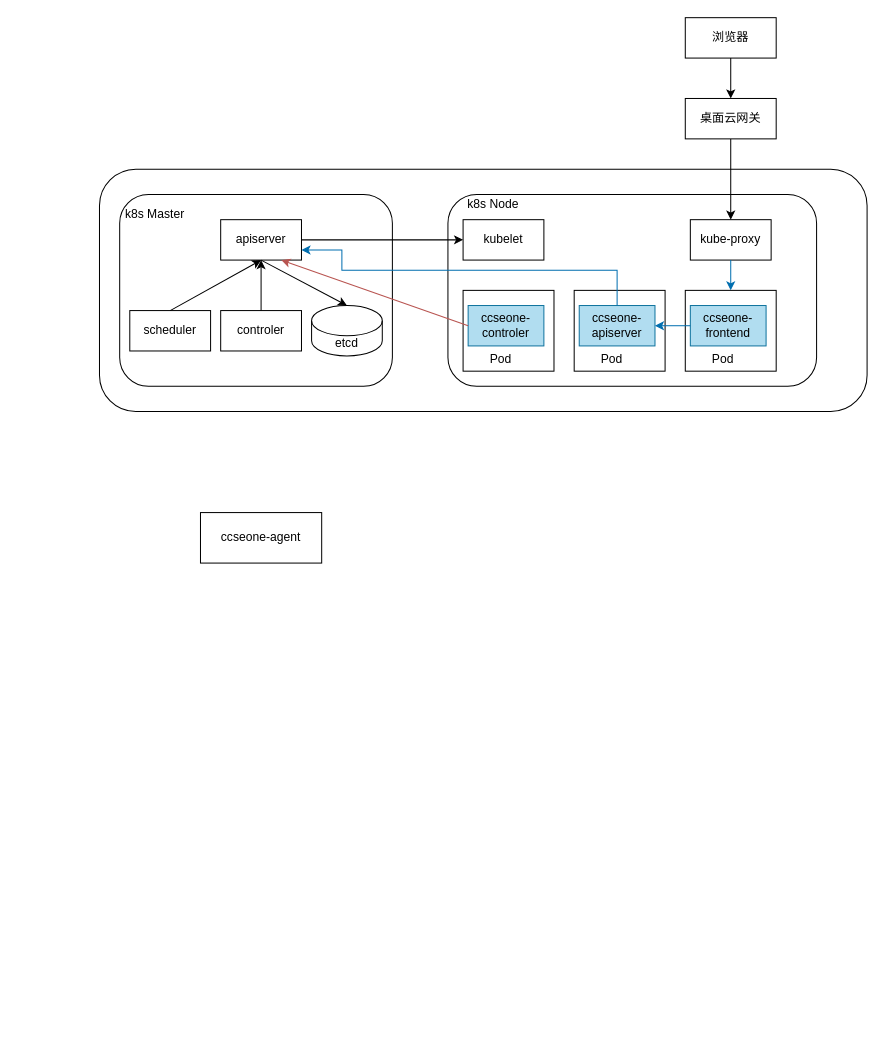
The draw.io diagram drawio/ccseone-sprint3.drawio in Tiny-VS-Lina/ccse, before the edit. Source tidied: cells renumbered, new cells numbered last; positions are measured from the earlier drawing's top-left corner, leaving out a move shared by most shapes. Both pictures are drawn from the tidied source at 101%, with x=0, y=0 at pixel (99, 17).
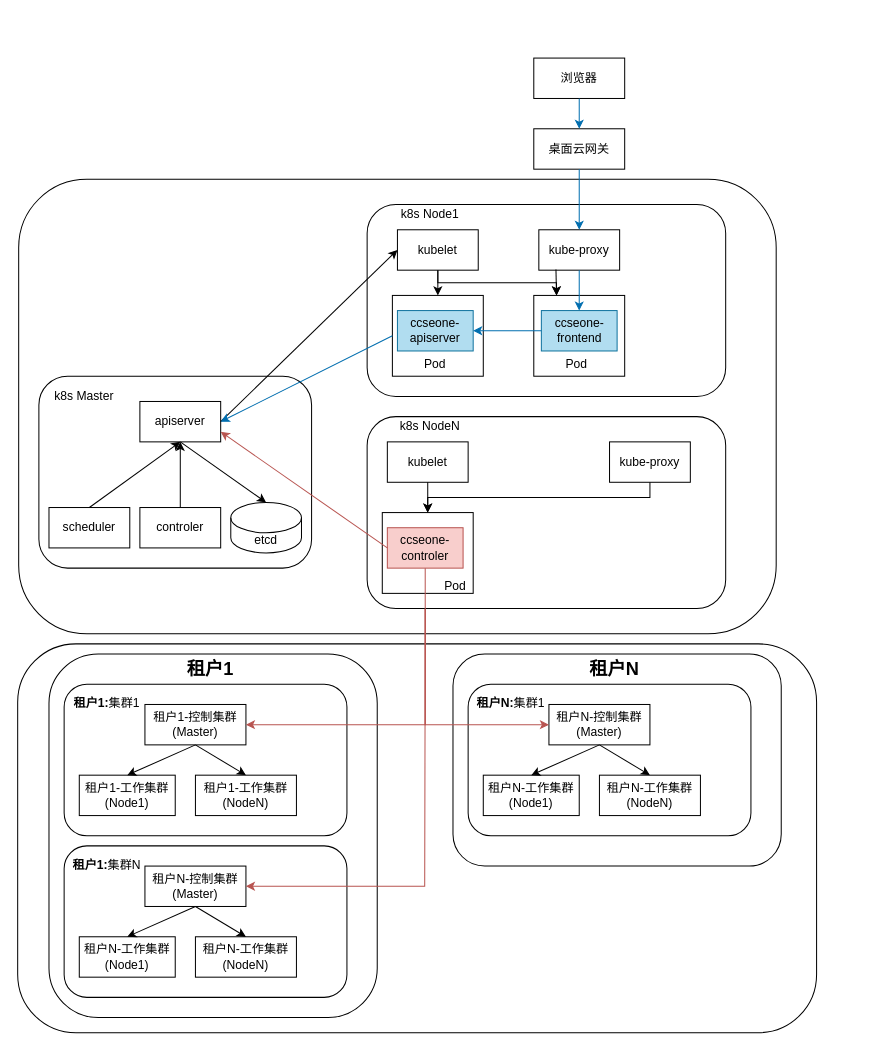
After the change.

Diff of the diagram source:
```diff
@@
-    <mxCell id="2" style="rounded=1;whiteSpace=wrap;html=1;" parent="1" vertex="1">
-      <mxGeometry y="150" width="760" height="240" as="geometry" />
-    </mxCell>
-    <mxCell id="3" style="rounded=1;whiteSpace=wrap;html=1;" parent="1" vertex="1">
-      <mxGeometry x="20" y="175" width="270" height="190" as="geometry" />
-    </mxCell>
-    <mxCell id="4" value="etcd" style="shape=cylinder3;whiteSpace=wrap;html=1;boundedLbl=1;backgroundOutline=1;size=15;" parent="1" vertex="1">
-      <mxGeometry x="210" y="285" width="70" height="50" as="geometry" />
-    </mxCell>
-    <mxCell id="5" value="apiserver" style="rounded=0;whiteSpace=wrap;html=1;" parent="1" vertex="1">
-      <mxGeometry x="120" y="200" width="80" height="40" as="geometry" />
-    </mxCell>
-    <mxCell id="6" value="scheduler" style="rounded=0;whiteSpace=wrap;html=1;" parent="1" vertex="1">
-      <mxGeometry x="30" y="290" width="80" height="40" as="geometry" />
-    </mxCell>
-    <mxCell id="7" value="controler" style="rounded=0;whiteSpace=wrap;html=1;" parent="1" vertex="1">
-      <mxGeometry x="120" y="290" width="80" height="40" as="geometry" />
-    </mxCell>
-    <mxCell id="8" value="k8s Master" style="text;html=1;strokeColor=none;fillColor=none;align=center;verticalAlign=middle;whiteSpace=wrap;rounded=0;" parent="1" vertex="1">
-      <mxGeometry x="20" y="180" width="70" height="30" as="geometry" />
-    </mxCell>
+    <mxCell id="35" style="rounded=1;whiteSpace=wrap;html=1;" parent="1" vertex="1">
+      <mxGeometry x="-81" y="620" width="791" height="385" as="geometry" />
+    </mxCell>
+    <mxCell id="36" style="rounded=1;whiteSpace=wrap;html=1;" parent="1" vertex="1">
+      <mxGeometry x="-80" y="160" width="750" height="450" as="geometry" />
+    </mxCell>
     <mxCell id="9" style="rounded=1;whiteSpace=wrap;html=1;" parent="1" vertex="1">
-      <mxGeometry x="345" y="175" width="365" height="190" as="geometry" />
+      <mxGeometry x="265" y="185" width="355" height="190" as="geometry" />
     </mxCell>
-    <mxCell id="10" value="k8s Node" style="text;html=1;strokeColor=none;fillColor=none;align=center;verticalAlign=middle;whiteSpace=wrap;rounded=0;" parent="1" vertex="1">
-      <mxGeometry x="360" y="170" width="60" height="30" as="geometry" />
+    <mxCell id="10" value="k8s Node1" style="text;html=1;strokeColor=none;fillColor=none;align=center;verticalAlign=middle;whiteSpace=wrap;rounded=0;" parent="1" vertex="1">
+      <mxGeometry x="285" y="180" width="85" height="30" as="geometry" />
     </mxCell>
-    <mxCell id="11" style="endArrow=classic;html=1;rounded=0;entryX=0.5;entryY=1;entryDx=0;entryDy=0;exitX=0.5;exitY=0;exitDx=0;exitDy=0;" parent="1" edge="1" source="6" target="5">
-      <mxGeometry relative="1" as="geometry" />
-    </mxCell>
-    <mxCell id="12" style="endArrow=classic;html=1;rounded=0;entryX=0.5;entryY=1;entryDx=0;entryDy=0;exitX=0.5;exitY=0;exitDx=0;exitDy=0;" parent="1" edge="1" source="7" target="5">
-      <mxGeometry relative="1" as="geometry" />
-    </mxCell>
-    <mxCell id="13" style="endArrow=classic;html=1;rounded=0;exitX=0.5;exitY=1;exitDx=0;exitDy=0;entryX=0.5;entryY=0;entryDx=0;entryDy=0;entryPerimeter=0;" parent="1" edge="1" source="5" target="4">
-      <mxGeometry relative="1" as="geometry" />
-    </mxCell>
-    <mxCell id="14" value="ccseone-agent" style="rounded=0;whiteSpace=wrap;html=1;" parent="1" vertex="1">
-      <mxGeometry x="100" y="490" width="120" height="50" as="geometry" />
-    </mxCell>
     <mxCell id="15" value="kubelet" style="rounded=0;whiteSpace=wrap;html=1;" parent="1" vertex="1">
-      <mxGeometry x="360" y="200" width="80" height="40" as="geometry" />
+      <mxGeometry x="295" y="210" width="80" height="40" as="geometry" />
     </mxCell>
     <mxCell id="16" value="kube-proxy" style="rounded=0;whiteSpace=wrap;html=1;" parent="1" vertex="1">
-      <mxGeometry x="585" y="200" width="80" height="40" as="geometry" />
+      <mxGeometry x="435" y="210" width="80" height="40" as="geometry" />
     </mxCell>
-    <mxCell id="17" style="rounded=0;whiteSpace=wrap;html=1;" parent="1" vertex="1">
-      <mxGeometry x="360" y="270" width="90" height="80" as="geometry" />
-    </mxCell>
-    <mxCell id="18" value="ccseone-controler" style="rounded=0;whiteSpace=wrap;html=1;fillColor=#b1ddf0;strokeColor=#10739e;" parent="1" vertex="1">
-      <mxGeometry x="365" y="285" width="75" height="40" as="geometry" />
-    </mxCell>
-    <mxCell id="19" value="Pod" style="text;html=1;strokeColor=none;fillColor=none;align=center;verticalAlign=middle;whiteSpace=wrap;rounded=0;" parent="1" vertex="1">
-      <mxGeometry x="365" y="330" width="65" height="15" as="geometry" />
-    </mxCell>
     <mxCell id="20" style="rounded=0;whiteSpace=wrap;html=1;" parent="1" vertex="1">
-      <mxGeometry x="470" y="270" width="90" height="80" as="geometry" />
+      <mxGeometry x="290" y="275" width="90" height="80" as="geometry" />
     </mxCell>
     <mxCell id="21" value="ccseone-apiserver" style="rounded=0;whiteSpace=wrap;html=1;fillColor=#b1ddf0;strokeColor=#10739e;" parent="1" vertex="1">
-      <mxGeometry x="475" y="285" width="75" height="40" as="geometry" />
+      <mxGeometry x="295" y="290" width="75" height="40" as="geometry" />
     </mxCell>
     <mxCell id="22" value="Pod" style="text;html=1;strokeColor=none;fillColor=none;align=center;verticalAlign=middle;whiteSpace=wrap;rounded=0;" parent="1" vertex="1">
-      <mxGeometry x="475" y="330" width="65" height="15" as="geometry" />
+      <mxGeometry x="300" y="335" width="65" height="15" as="geometry" />
     </mxCell>
     <mxCell id="23" style="rounded=0;whiteSpace=wrap;html=1;" parent="1" vertex="1">
-      <mxGeometry x="580" y="270" width="90" height="80" as="geometry" />
+      <mxGeometry x="430" y="275" width="90" height="80" as="geometry" />
     </mxCell>
     <mxCell id="24" value="ccseone-frontend" style="rounded=0;whiteSpace=wrap;html=1;fillColor=#b1ddf0;strokeColor=#10739e;" parent="1" vertex="1">
-      <mxGeometry x="585" y="285" width="75" height="40" as="geometry" />
+      <mxGeometry x="437.5" y="290" width="75" height="40" as="geometry" />
     </mxCell>
     <mxCell id="25" value="Pod" style="text;html=1;strokeColor=none;fillColor=none;align=center;verticalAlign=middle;whiteSpace=wrap;rounded=0;" parent="1" vertex="1">
-      <mxGeometry x="585" y="330" width="65" height="15" as="geometry" />
+      <mxGeometry x="440" y="335" width="65" height="15" as="geometry" />
     </mxCell>
-    <mxCell id="26" style="endArrow=classic;html=1;rounded=0;entryX=1;entryY=0.5;entryDx=0;entryDy=0;strokeColor=#006EAF;" parent="1" edge="1" source="24" target="21">
+    <mxCell id="26" style="endArrow=classic;html=1;rounded=0;strokeColor=#006EAF;entryX=1;entryY=0.5;entryDx=0;entryDy=0;" parent="1" edge="1" source="24" target="21">
       <mxGeometry relative="1" as="geometry" />
     </mxCell>
-    <mxCell id="27" style="endArrow=classic;html=1;rounded=0;exitX=1;exitY=0.5;exitDx=0;exitDy=0;entryX=0;entryY=0.5;entryDx=0;entryDy=0;" parent="1" edge="1" source="5" target="15">
-      <mxGeometry relative="1" as="geometry" />
-    </mxCell>
-    <mxCell id="28" style="endArrow=classic;html=1;rounded=0;exitX=0.5;exitY=1;exitDx=0;exitDy=0;strokeColor=#006EAF;" parent="1" edge="1" source="16" target="23">
+    <mxCell id="28" style="endArrow=classic;html=1;rounded=0;exitX=0.5;exitY=1;exitDx=0;exitDy=0;strokeColor=#006EAF;entryX=0.5;entryY=0;entryDx=0;entryDy=0;" parent="1" edge="1" source="16" target="24">
       <mxGeometry relative="1" as="geometry" />
     </mxCell>
     <mxCell id="29" value="桌面云网关" style="rounded=0;whiteSpace=wrap;html=1;" parent="1" vertex="1">
-      <mxGeometry x="580" y="80" width="90" height="40" as="geometry" />
+      <mxGeometry x="430" y="110" width="90" height="40" as="geometry" />
     </mxCell>
-    <mxCell id="30" style="endArrow=classic;html=1;rounded=0;exitX=0.5;exitY=1;exitDx=0;exitDy=0;" parent="1" edge="1" source="29" target="16">
+    <mxCell id="30" style="endArrow=classic;html=1;rounded=0;exitX=0.5;exitY=1;exitDx=0;exitDy=0;strokeColor=#006EAF;" parent="1" edge="1" source="29" target="16">
       <mxGeometry relative="1" as="geometry" />
     </mxCell>
     <mxCell id="31" value="浏览器" style="rounded=0;whiteSpace=wrap;html=1;" parent="1" vertex="1">
-      <mxGeometry x="580" width="90" height="40" as="geometry" />
+      <mxGeometry x="430" y="40" width="90" height="40" as="geometry" />
     </mxCell>
-    <mxCell id="32" style="endArrow=classic;html=1;rounded=0;exitX=0.5;exitY=1;exitDx=0;exitDy=0;" parent="1" edge="1" source="31" target="29">
+    <mxCell id="32" style="endArrow=classic;html=1;rounded=0;exitX=0.5;exitY=1;exitDx=0;exitDy=0;strokeColor=#006EAF;" parent="1" edge="1" source="31" target="29">
       <mxGeometry relative="1" as="geometry" />
     </mxCell>
+    <mxCell id="37" style="endArrow=classic;html=1;rounded=0;" parent="1" edge="1" source="15" target="20">
+      <mxGeometry relative="1" as="geometry" />
+    </mxCell>
+    <mxCell id="38" style="group;" parent="1" vertex="1">
+      <mxGeometry x="-50" y="630" width="325" height="360" as="geometry" />
+    </mxCell>
+    <mxCell id="39" style="rounded=1;whiteSpace=wrap;html=1;" parent="38" vertex="1">
+      <mxGeometry width="325" height="360" as="geometry" />
+    </mxCell>
+    <mxCell id="40" style="rounded=1;whiteSpace=wrap;html=1;" parent="38" vertex="1">
+      <mxGeometry x="15" y="30" width="280" height="150" as="geometry" />
+    </mxCell>
+    <mxCell id="41" value="租户1-控制集群(Master)" style="rounded=0;whiteSpace=wrap;html=1;" parent="38" vertex="1">
+      <mxGeometry x="95" y="50" width="100" height="40" as="geometry" />
+    </mxCell>
+    <mxCell id="42" value="租户1-工作集群(Node1)" style="rounded=0;whiteSpace=wrap;html=1;" parent="38" vertex="1">
+      <mxGeometry x="30" y="120" width="95" height="40" as="geometry" />
+    </mxCell>
+    <mxCell id="43" value="租户1-工作集群(NodeN)" style="rounded=0;whiteSpace=wrap;html=1;" parent="38" vertex="1">
+      <mxGeometry x="145" y="120" width="100" height="40" as="geometry" />
+    </mxCell>
+    <mxCell id="44" value="&lt;b&gt;租户1:&lt;/b&gt;集群1" style="text;html=1;strokeColor=none;fillColor=none;align=center;verticalAlign=middle;whiteSpace=wrap;rounded=0;" parent="38" vertex="1">
+      <mxGeometry x="20" y="34" width="75" height="30" as="geometry" />
+    </mxCell>
+    <mxCell id="45" style="rounded=1;whiteSpace=wrap;html=1;" parent="38" vertex="1">
+      <mxGeometry x="15" y="190" width="280" height="150" as="geometry" />
+    </mxCell>
+    <mxCell id="46" value="租户N-控制集群(Master)" style="rounded=0;whiteSpace=wrap;html=1;" parent="38" vertex="1">
+      <mxGeometry x="95" y="210" width="100" height="40" as="geometry" />
+    </mxCell>
+    <mxCell id="47" value="租户N-工作集群(Node1)" style="rounded=0;whiteSpace=wrap;html=1;" parent="38" vertex="1">
+      <mxGeometry x="30" y="280" width="95" height="40" as="geometry" />
+    </mxCell>
+    <mxCell id="48" value="租户N-工作集群(NodeN)" style="rounded=0;whiteSpace=wrap;html=1;" parent="38" vertex="1">
+      <mxGeometry x="145" y="280" width="100" height="40" as="geometry" />
+    </mxCell>
+    <mxCell id="49" value="&lt;b&gt;租户1:&lt;/b&gt;集群N" style="text;html=1;strokeColor=none;fillColor=none;align=center;verticalAlign=middle;whiteSpace=wrap;rounded=0;" parent="38" vertex="1">
+      <mxGeometry x="20" y="194" width="75" height="30" as="geometry" />
+    </mxCell>
+    <mxCell id="50" value="&lt;b style=&quot;font-size: 18px;&quot;&gt;租户1&lt;/b&gt;" style="text;html=1;strokeColor=none;fillColor=none;align=center;verticalAlign=middle;whiteSpace=wrap;rounded=0;fontSize=18;" parent="38" vertex="1">
+      <mxGeometry x="130" width="60" height="30" as="geometry" />
+    </mxCell>
+    <mxCell id="51" style="endArrow=classic;html=1;rounded=0;exitX=0.5;exitY=1;exitDx=0;exitDy=0;entryX=0.5;entryY=0;entryDx=0;entryDy=0;" parent="38" edge="1" source="41" target="42">
+      <mxGeometry relative="1" as="geometry" />
+    </mxCell>
+    <mxCell id="52" style="endArrow=classic;html=1;rounded=0;exitX=0.5;exitY=1;exitDx=0;exitDy=0;entryX=0.5;entryY=0;entryDx=0;entryDy=0;" parent="38" edge="1" source="41" target="43">
+      <mxGeometry relative="1" as="geometry" />
+    </mxCell>
+    <mxCell id="53" style="endArrow=classic;html=1;rounded=0;exitX=0.5;exitY=1;exitDx=0;exitDy=0;entryX=0.5;entryY=0;entryDx=0;entryDy=0;" parent="38" edge="1" source="46" target="47">
+      <mxGeometry relative="1" as="geometry" />
+    </mxCell>
+    <mxCell id="54" style="endArrow=classic;html=1;rounded=0;exitX=0.5;exitY=1;exitDx=0;exitDy=0;entryX=0.5;entryY=0;entryDx=0;entryDy=0;" parent="38" edge="1" source="46" target="48">
+      <mxGeometry relative="1" as="geometry" />
+    </mxCell>
+    <mxCell id="55" style="group;" parent="1" vertex="1">
+      <mxGeometry x="350" y="630" width="325" height="210" as="geometry" />
+    </mxCell>
+    <mxCell id="56" style="rounded=1;whiteSpace=wrap;html=1;" parent="55" vertex="1">
+      <mxGeometry width="325" height="210" as="geometry" />
+    </mxCell>
+    <mxCell id="57" style="rounded=1;whiteSpace=wrap;html=1;" parent="55" vertex="1">
+      <mxGeometry x="15" y="30" width="280" height="150" as="geometry" />
+    </mxCell>
+    <mxCell id="58" value="租户N-控制集群(Master)" style="rounded=0;whiteSpace=wrap;html=1;" parent="55" vertex="1">
+      <mxGeometry x="95" y="50" width="100" height="40" as="geometry" />
+    </mxCell>
+    <mxCell id="59" value="租户N-工作集群(Node1)" style="rounded=0;whiteSpace=wrap;html=1;" parent="55" vertex="1">
+      <mxGeometry x="30" y="120" width="95" height="40" as="geometry" />
+    </mxCell>
+    <mxCell id="60" value="租户N-工作集群(NodeN)" style="rounded=0;whiteSpace=wrap;html=1;" parent="55" vertex="1">
+      <mxGeometry x="145" y="120" width="100" height="40" as="geometry" />
+    </mxCell>
+    <mxCell id="61" value="&lt;b&gt;租户N:&lt;/b&gt;集群1" style="text;html=1;strokeColor=none;fillColor=none;align=center;verticalAlign=middle;whiteSpace=wrap;rounded=0;" parent="55" vertex="1">
+      <mxGeometry x="20" y="34" width="75" height="30" as="geometry" />
+    </mxCell>
+    <mxCell id="62" value="&lt;b style=&quot;font-size: 18px;&quot;&gt;租户N&lt;/b&gt;" style="text;html=1;strokeColor=none;fillColor=none;align=center;verticalAlign=middle;whiteSpace=wrap;rounded=0;fontSize=18;" parent="55" vertex="1">
+      <mxGeometry x="130" width="60" height="30" as="geometry" />
+    </mxCell>
+    <mxCell id="63" style="endArrow=classic;html=1;rounded=0;exitX=0.5;exitY=1;exitDx=0;exitDy=0;entryX=0.5;entryY=0;entryDx=0;entryDy=0;" parent="55" edge="1" source="58" target="59">
+      <mxGeometry relative="1" as="geometry" />
+    </mxCell>
+    <mxCell id="64" style="endArrow=classic;html=1;rounded=0;exitX=0.5;exitY=1;exitDx=0;exitDy=0;entryX=0.5;entryY=0;entryDx=0;entryDy=0;" parent="55" edge="1" source="58" target="60">
+      <mxGeometry relative="1" as="geometry" />
+    </mxCell>
+    <mxCell id="65" style="endArrow=classic;html=1;rounded=0;entryX=1;entryY=0.5;entryDx=0;entryDy=0;edgeStyle=orthogonalEdgeStyle;fillColor=#f8cecc;strokeColor=#b85450;exitX=0.5;exitY=1;exitDx=0;exitDy=0;" parent="1" edge="1" source="18" target="46">
+      <mxGeometry relative="1" as="geometry">
+        <Array as="points">
+          <mxPoint x="323" y="620" />
+          <mxPoint x="322" y="860" />
+        </Array>
+      </mxGeometry>
+    </mxCell>
+    <mxCell id="66" style="endArrow=classic;html=1;rounded=0;entryX=0;entryY=0.5;entryDx=0;entryDy=0;edgeStyle=orthogonalEdgeStyle;fillColor=#f8cecc;strokeColor=#b85450;exitX=0.5;exitY=1;exitDx=0;exitDy=0;" parent="1" edge="1" source="18" target="58">
+      <mxGeometry relative="1" as="geometry">
+        <Array as="points">
+          <mxPoint x="323" y="700" />
+        </Array>
+      </mxGeometry>
+    </mxCell>
+    <mxCell id="67" style="rounded=1;whiteSpace=wrap;html=1;" parent="1" vertex="1">
+      <mxGeometry x="265" y="395" width="355" height="190" as="geometry" />
+    </mxCell>
+    <mxCell id="68" value="k8s NodeN" style="text;html=1;strokeColor=none;fillColor=none;align=center;verticalAlign=middle;whiteSpace=wrap;rounded=0;" parent="1" vertex="1">
+      <mxGeometry x="285" y="390" width="85" height="30" as="geometry" />
+    </mxCell>
+    <mxCell id="69" value="kubelet" style="rounded=0;whiteSpace=wrap;html=1;" parent="1" vertex="1">
+      <mxGeometry x="285" y="420" width="80" height="40" as="geometry" />
+    </mxCell>
+    <mxCell id="70" value="kube-proxy" style="rounded=0;whiteSpace=wrap;html=1;" parent="1" vertex="1">
+      <mxGeometry x="505" y="420" width="80" height="40" as="geometry" />
+    </mxCell>
+    <mxCell id="71" style="rounded=0;whiteSpace=wrap;html=1;" parent="1" vertex="1">
+      <mxGeometry x="280" y="490" width="90" height="80" as="geometry" />
+    </mxCell>
+    <mxCell id="18" value="ccseone-controler" style="rounded=0;whiteSpace=wrap;html=1;fillColor=#f8cecc;strokeColor=#b85450;" parent="1" vertex="1">
+      <mxGeometry x="285" y="505" width="75" height="40" as="geometry" />
+    </mxCell>
+    <mxCell id="19" value="Pod" style="text;html=1;strokeColor=none;fillColor=none;align=center;verticalAlign=middle;whiteSpace=wrap;rounded=0;" parent="1" vertex="1">
+      <mxGeometry x="320" y="555" width="65" height="15" as="geometry" />
+    </mxCell>
+    <mxCell id="72" style="endArrow=classic;html=1;rounded=0;exitX=0.212;exitY=0.982;exitDx=0;exitDy=0;entryX=0.25;entryY=0;entryDx=0;entryDy=0;exitPerimeter=0;" parent="1" edge="1" source="16" target="23">
+      <mxGeometry relative="1" as="geometry" />
+    </mxCell>
+    <mxCell id="73" style="group;" parent="1" vertex="1">
+      <mxGeometry x="-60" y="355" width="750" height="260" as="geometry" />
+    </mxCell>
+    <mxCell id="3" style="rounded=1;whiteSpace=wrap;html=1;" parent="73" vertex="1">
+      <mxGeometry width="270" height="190" as="geometry" />
+    </mxCell>
+    <mxCell id="4" value="etcd" style="shape=cylinder3;whiteSpace=wrap;html=1;boundedLbl=1;backgroundOutline=1;size=15;" parent="73" vertex="1">
+      <mxGeometry x="190" y="125" width="70" height="50" as="geometry" />
+    </mxCell>
+    <mxCell id="5" value="apiserver" style="rounded=0;whiteSpace=wrap;html=1;" parent="73" vertex="1">
+      <mxGeometry x="100" y="25" width="80" height="40" as="geometry" />
+    </mxCell>
+    <mxCell id="6" value="scheduler" style="rounded=0;whiteSpace=wrap;html=1;" parent="73" vertex="1">
+      <mxGeometry x="10" y="130" width="80" height="40" as="geometry" />
+    </mxCell>
+    <mxCell id="7" value="controler" style="rounded=0;whiteSpace=wrap;html=1;" parent="73" vertex="1">
+      <mxGeometry x="100" y="130" width="80" height="40" as="geometry" />
+    </mxCell>
+    <mxCell id="8" value="k8s Master" style="text;html=1;strokeColor=none;fillColor=none;align=center;verticalAlign=middle;whiteSpace=wrap;rounded=0;" parent="73" vertex="1">
+      <mxGeometry x="10" y="5" width="70" height="30" as="geometry" />
+    </mxCell>
+    <mxCell id="11" style="endArrow=classic;html=1;rounded=0;entryX=0.5;entryY=1;entryDx=0;entryDy=0;exitX=0.5;exitY=0;exitDx=0;exitDy=0;" parent="73" edge="1" source="6" target="5">
+      <mxGeometry relative="1" as="geometry" />
+    </mxCell>
+    <mxCell id="12" style="endArrow=classic;html=1;rounded=0;entryX=0.5;entryY=1;entryDx=0;entryDy=0;exitX=0.5;exitY=0;exitDx=0;exitDy=0;" parent="73" edge="1" source="7" target="5">
+      <mxGeometry relative="1" as="geometry" />
+    </mxCell>
+    <mxCell id="13" style="endArrow=classic;html=1;rounded=0;exitX=0.5;exitY=1;exitDx=0;exitDy=0;entryX=0.5;entryY=0;entryDx=0;entryDy=0;entryPerimeter=0;" parent="73" edge="1" source="5" target="4">
+      <mxGeometry relative="1" as="geometry" />
+    </mxCell>
+    <mxCell id="27" style="endArrow=classic;html=1;rounded=0;exitX=1;exitY=0.5;exitDx=0;exitDy=0;entryX=0;entryY=0.5;entryDx=0;entryDy=0;" parent="1" edge="1" source="5" target="15">
+      <mxGeometry relative="1" as="geometry" />
+    </mxCell>
-    <mxCell id="33" style="endArrow=classic;html=1;rounded=0;entryX=0.75;entryY=1;entryDx=0;entryDy=0;exitX=0;exitY=0.5;exitDx=0;exitDy=0;strokeColor=#b85450;fillColor=#f8cecc;gradientColor=#ea6b66;" parent="1" edge="1" source="18" target="5">
+    <mxCell id="33" style="endArrow=classic;html=1;rounded=0;entryX=1;entryY=0.5;entryDx=0;entryDy=0;exitX=0;exitY=0.5;exitDx=0;exitDy=0;strokeColor=#006EAF;fillColor=#f8cecc;gradientColor=#ea6b66;" parent="1" edge="1" source="20" target="5">
       <mxGeometry relative="1" as="geometry" />
     </mxCell>
-    <mxCell id="34" style="endArrow=classic;html=1;rounded=0;entryX=1;entryY=0.75;entryDx=0;entryDy=0;exitX=0.5;exitY=0;exitDx=0;exitDy=0;strokeColor=#006EAF;edgeStyle=orthogonalEdgeStyle;" parent="1" edge="1" source="21" target="5">
-      <mxGeometry relative="1" as="geometry">
-        <Array as="points">
-          <mxPoint x="513" y="250" />
-          <mxPoint x="240" y="250" />
-          <mxPoint x="240" y="230" />
-        </Array>
-      </mxGeometry>
-    </mxCell>
+    <mxCell id="74" style="endArrow=classic;html=1;rounded=0;entryX=1;entryY=0.75;entryDx=0;entryDy=0;exitX=0;exitY=0.5;exitDx=0;exitDy=0;fillColor=#f8cecc;strokeColor=#b85450;" parent="1" edge="1" source="18" target="5">
+      <mxGeometry relative="1" as="geometry" />
+    </mxCell>
+    <mxCell id="75" style="endArrow=classic;html=1;rounded=0;exitX=0.5;exitY=1;exitDx=0;exitDy=0;" parent="1" edge="1" source="69" target="71">
+      <mxGeometry relative="1" as="geometry" />
+    </mxCell>
+    <mxCell id="76" style="endArrow=classic;html=1;rounded=0;entryX=1;entryY=0.5;entryDx=0;entryDy=0;edgeStyle=orthogonalEdgeStyle;fillColor=#f8cecc;strokeColor=#b85450;exitX=0.5;exitY=1;exitDx=0;exitDy=0;" parent="1" edge="1" source="18" target="41">
+      <mxGeometry relative="1" as="geometry">
+        <Array as="points">
+          <mxPoint x="323" y="700" />
+        </Array>
+      </mxGeometry>
+    </mxCell>
+    <mxCell id="77" style="endArrow=classic;html=1;rounded=0;exitX=0.5;exitY=1;exitDx=0;exitDy=0;entryX=0.25;entryY=0;entryDx=0;entryDy=0;edgeStyle=orthogonalEdgeStyle;" parent="1" edge="1" source="15" target="23">
+      <mxGeometry relative="1" as="geometry" />
+    </mxCell>
+    <mxCell id="78" style="endArrow=classic;html=1;rounded=0;exitX=0.5;exitY=1;exitDx=0;exitDy=0;entryX=0.5;entryY=0;entryDx=0;entryDy=0;edgeStyle=orthogonalEdgeStyle;" parent="1" edge="1" source="70" target="71">
+      <mxGeometry relative="1" as="geometry" />
+    </mxCell>
```
